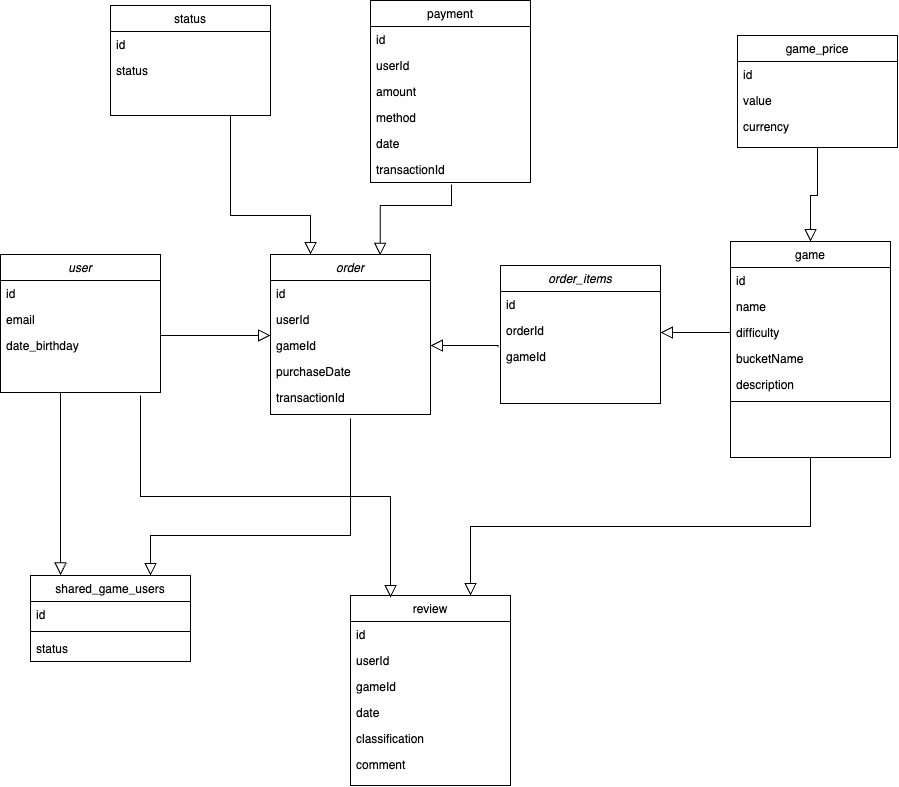
Above: main_db.drawio.png in tomasferreiradesa/desarquivados-platform-db-schema (draw.io), before the change. Source tidied: cells renumbered, new cells last; positions are measured from the earlier drawing's top-left corner, leaving out a move shared by most shapes.
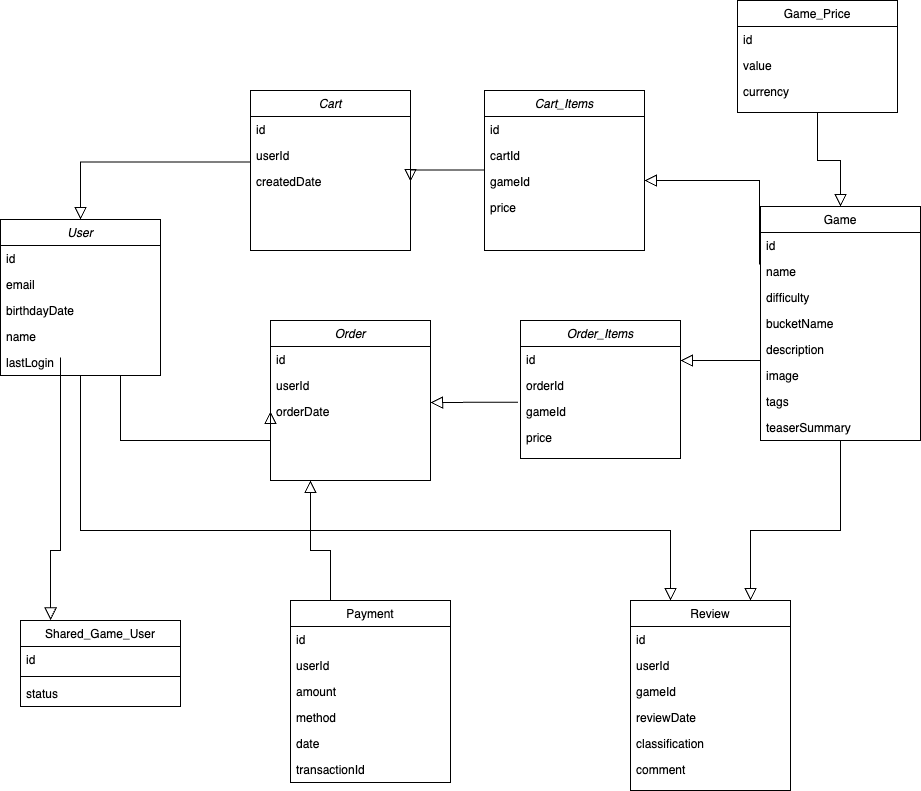
Above is the later version.

Diff of the diagram source:
```diff
@@ -4,4 +4,4 @@
     <mxCell id="1" parent="0" />
-    <mxCell id="2" value="order" style="swimlane;fontStyle=2;align=center;verticalAlign=top;horizontal=1;startSize=26;rounded=0;shadow=0;strokeWidth=1;" parent="1" vertex="1">
-      <mxGeometry x="270" y="254" width="160" height="160" as="geometry" />
+    <mxCell id="2" value="Order" style="swimlane;fontStyle=2;align=center;verticalAlign=top;horizontal=1;startSize=26;rounded=0;shadow=0;strokeWidth=1;" parent="1" vertex="1">
+      <mxGeometry x="270" y="355" width="160" height="160" as="geometry" />
     </mxCell>
@@ -13,13 +13,7 @@
     </mxCell>
-    <mxCell id="5" value="gameId" style="text;align=left;verticalAlign=top;spacingLeft=4;spacingRight=4;overflow=hidden;points=[[0,0.5],[1,0.5]];portConstraint=eastwest;rounded=0;shadow=0;html=0;" parent="2" vertex="1">
-      <mxGeometry y="78" width="160" height="26" as="geometry" />
-    </mxCell>
-    <mxCell id="6" value="purchaseDate" style="text;align=left;verticalAlign=top;spacingLeft=4;spacingRight=4;overflow=hidden;points=[[0,0.5],[1,0.5]];portConstraint=eastwest;rounded=0;shadow=0;html=0;" parent="2" vertex="1">
-      <mxGeometry y="104" width="160" height="26" as="geometry" />
+    <mxCell id="6" value="orderDate" style="text;align=left;verticalAlign=top;spacingLeft=4;spacingRight=4;overflow=hidden;points=[[0,0.5],[1,0.5]];portConstraint=eastwest;rounded=0;shadow=0;html=0;" parent="2" vertex="1">
+      <mxGeometry y="78" width="160" height="26" as="geometry" />
     </mxCell>
-    <mxCell id="7" value="transactionId" style="text;align=left;verticalAlign=top;spacingLeft=4;spacingRight=4;overflow=hidden;rounded=0;shadow=0;html=0;" parent="2" vertex="1">
-      <mxGeometry y="130" width="160" height="26" as="geometry" />
-    </mxCell>
-    <mxCell id="8" value="review" style="swimlane;fontStyle=0;align=center;verticalAlign=top;horizontal=1;startSize=26;rounded=0;shadow=0;strokeWidth=1;" parent="1" vertex="1">
-      <mxGeometry x="350" y="595" width="160" height="190" as="geometry" />
+    <mxCell id="8" value="Review" style="swimlane;fontStyle=0;align=center;verticalAlign=top;horizontal=1;startSize=26;rounded=0;shadow=0;strokeWidth=1;" parent="1" vertex="1">
+      <mxGeometry x="630" y="635" width="160" height="190" as="geometry" />
     </mxCell>
@@ -34,3 +28,3 @@
     </mxCell>
-    <mxCell id="12" value="date" style="text;align=left;verticalAlign=top;spacingLeft=4;spacingRight=4;overflow=hidden;" parent="8" vertex="1">
+    <mxCell id="12" value="reviewDate" style="text;align=left;verticalAlign=top;spacingLeft=4;spacingRight=4;overflow=hidden;" parent="8" vertex="1">
       <mxGeometry y="104" width="160" height="26" as="geometry" />
@@ -44,6 +38,10 @@
     <mxCell id="15" style="endArrow=block;endSize=10;endFill=0;shadow=0;strokeWidth=1;rounded=0;edgeStyle=elbowEdgeStyle;elbow=vertical;exitX=0.5;exitY=1;exitDx=0;exitDy=0;entryX=0.75;entryY=0;entryDx=0;entryDy=0;" parent="1" edge="1" source="16" target="8">
-      <mxGeometry relative="1" as="geometry" />
+      <mxGeometry relative="1" as="geometry">
+        <Array as="points">
+          <mxPoint x="730" y="565" />
+        </Array>
+      </mxGeometry>
     </mxCell>
-    <mxCell id="16" value="game" style="swimlane;fontStyle=0;align=center;verticalAlign=top;horizontal=1;startSize=26;rounded=0;shadow=0;strokeWidth=1;" parent="1" vertex="1">
-      <mxGeometry x="730" y="241" width="160" height="216" as="geometry" />
+    <mxCell id="16" value="Game" style="swimlane;fontStyle=0;align=center;verticalAlign=top;horizontal=1;startSize=26;rounded=0;shadow=0;strokeWidth=1;" parent="1" vertex="1">
+      <mxGeometry x="760" y="241" width="160" height="234" as="geometry" />
     </mxCell>
@@ -64,27 +62,12 @@
     </mxCell>
-    <mxCell id="22" style="line;html=1;strokeWidth=1;align=left;verticalAlign=middle;spacingTop=-1;spacingLeft=3;spacingRight=3;labelPosition=right;" parent="16" vertex="1">
-      <mxGeometry y="156" width="160" height="8" as="geometry" />
-    </mxCell>
-    <mxCell id="23" value="payment" style="swimlane;fontStyle=0;align=center;verticalAlign=top;horizontal=1;startSize=26;rounded=0;shadow=0;strokeWidth=1;" parent="1" vertex="1">
-      <mxGeometry x="370" width="160" height="182" as="geometry" />
-    </mxCell>
-    <mxCell id="24" value="id" style="text;align=left;verticalAlign=top;spacingLeft=4;spacingRight=4;overflow=hidden;rounded=0;shadow=0;html=0;" parent="23" vertex="1">
-      <mxGeometry y="26" width="160" height="26" as="geometry" />
-    </mxCell>
-    <mxCell id="25" value="userId" style="text;align=left;verticalAlign=top;spacingLeft=4;spacingRight=4;overflow=hidden;rounded=0;shadow=0;html=0;" parent="23" vertex="1">
-      <mxGeometry y="52" width="160" height="26" as="geometry" />
-    </mxCell>
-    <mxCell id="26" value="amount" style="text;align=left;verticalAlign=top;spacingLeft=4;spacingRight=4;overflow=hidden;rounded=0;shadow=0;html=0;" parent="23" vertex="1">
-      <mxGeometry y="78" width="160" height="26" as="geometry" />
-    </mxCell>
-    <mxCell id="27" value="method" style="text;align=left;verticalAlign=top;spacingLeft=4;spacingRight=4;overflow=hidden;rounded=0;shadow=0;html=0;" parent="23" vertex="1">
-      <mxGeometry y="104" width="160" height="26" as="geometry" />
-    </mxCell>
-    <mxCell id="28" value="date" style="text;align=left;verticalAlign=top;spacingLeft=4;spacingRight=4;overflow=hidden;rounded=0;shadow=0;html=0;" parent="23" vertex="1">
-      <mxGeometry y="130" width="160" height="26" as="geometry" />
-    </mxCell>
-    <mxCell id="29" value="transactionId" style="text;align=left;verticalAlign=top;spacingLeft=4;spacingRight=4;overflow=hidden;points=[[0,0.5],[1,0.5]];portConstraint=eastwest;rounded=0;shadow=0;html=0;" parent="23" vertex="1">
-      <mxGeometry y="156" width="160" height="26" as="geometry" />
-    </mxCell>
+    <mxCell id="58" value="image" style="text;align=left;verticalAlign=top;spacingLeft=4;spacingRight=4;overflow=hidden;rounded=0;shadow=0;html=0;" parent="16" vertex="1">
+      <mxGeometry y="156" width="160" height="26" as="geometry" />
+    </mxCell>
+    <mxCell id="59" value="tags" style="text;align=left;verticalAlign=top;spacingLeft=4;spacingRight=4;overflow=hidden;rounded=0;shadow=0;html=0;" parent="16" vertex="1">
+      <mxGeometry y="182" width="160" height="26" as="geometry" />
+    </mxCell>
+    <mxCell id="60" value="teaserSummary" style="text;align=left;verticalAlign=top;spacingLeft=4;spacingRight=4;overflow=hidden;rounded=0;shadow=0;html=0;" parent="16" vertex="1">
+      <mxGeometry y="208" width="160" height="26" as="geometry" />
+    </mxCell>
-    <mxCell id="30" value="game_price" style="swimlane;fontStyle=0;align=center;verticalAlign=top;horizontal=1;startSize=26;rounded=0;shadow=0;strokeWidth=1;" parent="1" vertex="1">
+    <mxCell id="30" value="Game_Price" style="swimlane;fontStyle=0;align=center;verticalAlign=top;horizontal=1;startSize=26;rounded=0;shadow=0;strokeWidth=1;" parent="1" vertex="1">
       <mxGeometry x="737" y="35" width="160" height="112" as="geometry" />
@@ -100,4 +83,4 @@
     </mxCell>
-    <mxCell id="34" value="shared_game_users" style="swimlane;fontStyle=0;align=center;verticalAlign=top;horizontal=1;startSize=26;rounded=0;shadow=0;strokeWidth=1;" parent="1" vertex="1">
-      <mxGeometry x="30" y="575" width="160" height="86" as="geometry" />
+    <mxCell id="34" value="Shared_Game_User" style="swimlane;fontStyle=0;align=center;verticalAlign=top;horizontal=1;startSize=26;rounded=0;shadow=0;strokeWidth=1;" parent="1" vertex="1">
+      <mxGeometry x="20" y="655" width="160" height="86" as="geometry" />
     </mxCell>
@@ -112,10 +95,2 @@
     </mxCell>
-    <mxCell id="38" style="endArrow=block;endSize=10;endFill=0;shadow=0;strokeWidth=1;rounded=0;edgeStyle=elbowEdgeStyle;elbow=vertical;entryX=0.75;entryY=0;entryDx=0;entryDy=0;exitX=0.75;exitY=0;exitDx=0;exitDy=0;" parent="1" edge="1" target="34">
-      <mxGeometry relative="1" as="geometry">
-        <mxPoint x="350" y="418" as="sourcePoint" />
-        <Array as="points">
-          <mxPoint x="270" y="535" />
-        </Array>
-      </mxGeometry>
-    </mxCell>
     <mxCell id="39" style="endArrow=block;endSize=10;endFill=0;shadow=0;strokeWidth=1;rounded=0;edgeStyle=elbowEdgeStyle;elbow=vertical;entryX=0.5;entryY=0;entryDx=0;entryDy=0;exitX=0.5;exitY=1;exitDx=0;exitDy=0;" parent="1" edge="1" source="30" target="16">
@@ -127,6 +102,6 @@
     </mxCell>
-    <mxCell id="40" style="endArrow=block;endSize=10;endFill=0;shadow=0;strokeWidth=1;rounded=0;edgeStyle=elbowEdgeStyle;elbow=vertical;entryX=0.686;entryY=0.005;entryDx=0;entryDy=0;entryPerimeter=0;exitX=0.506;exitY=1.077;exitDx=0;exitDy=0;exitPerimeter=0;" parent="1" edge="1" source="29" target="2">
+    <mxCell id="40" style="endArrow=block;endSize=10;endFill=0;shadow=0;strokeWidth=1;rounded=0;edgeStyle=elbowEdgeStyle;elbow=vertical;entryX=0.25;entryY=1;entryDx=0;entryDy=0;exitX=0.25;exitY=0;exitDx=0;exitDy=0;" parent="1" edge="1" source="23" target="2">
       <mxGeometry relative="1" as="geometry">
         <Array as="points">
-          <mxPoint x="380" y="205" />
+          <mxPoint x="340" y="585" />
         </Array>
@@ -134,4 +109,4 @@
     </mxCell>
-    <mxCell id="41" value="user" style="swimlane;fontStyle=2;align=center;verticalAlign=top;horizontal=1;startSize=26;rounded=0;shadow=0;strokeWidth=1;" parent="1" vertex="1">
-      <mxGeometry y="254" width="160" height="138" as="geometry" />
+    <mxCell id="41" value="User" style="swimlane;fontStyle=2;align=center;verticalAlign=top;horizontal=1;startSize=26;rounded=0;shadow=0;strokeWidth=1;" parent="1" vertex="1">
+      <mxGeometry y="254" width="160" height="156" as="geometry" />
     </mxCell>
@@ -143,7 +118,13 @@
     </mxCell>
-    <mxCell id="44" value="date_birthday" style="text;align=left;verticalAlign=top;spacingLeft=4;spacingRight=4;overflow=hidden;rounded=0;shadow=0;html=0;" parent="41" vertex="1">
+    <mxCell id="44" value="birthdayDate" style="text;align=left;verticalAlign=top;spacingLeft=4;spacingRight=4;overflow=hidden;rounded=0;shadow=0;html=0;" parent="41" vertex="1">
       <mxGeometry y="78" width="160" height="26" as="geometry" />
     </mxCell>
+    <mxCell id="61" value="name" style="text;align=left;verticalAlign=top;spacingLeft=4;spacingRight=4;overflow=hidden;rounded=0;shadow=0;html=0;" parent="41" vertex="1">
+      <mxGeometry y="104" width="160" height="26" as="geometry" />
+    </mxCell>
+    <mxCell id="62" value="lastLogin" style="text;align=left;verticalAlign=top;spacingLeft=4;spacingRight=4;overflow=hidden;rounded=0;shadow=0;html=0;" parent="41" vertex="1">
+      <mxGeometry y="130" width="160" height="26" as="geometry" />
+    </mxCell>
-    <mxCell id="45" value="order_items" style="swimlane;fontStyle=2;align=center;verticalAlign=top;horizontal=1;startSize=26;rounded=0;shadow=0;strokeWidth=1;" parent="1" vertex="1">
-      <mxGeometry x="500" y="265" width="160" height="138" as="geometry" />
+    <mxCell id="45" value="Order_Items" style="swimlane;fontStyle=2;align=center;verticalAlign=top;horizontal=1;startSize=26;rounded=0;shadow=0;strokeWidth=1;" parent="1" vertex="1">
+      <mxGeometry x="520" y="355" width="160" height="138" as="geometry" />
     </mxCell>
@@ -158,2 +139,5 @@
     </mxCell>
+    <mxCell id="63" value="price" style="text;align=left;verticalAlign=top;spacingLeft=4;spacingRight=4;overflow=hidden;rounded=0;shadow=0;html=0;" parent="45" vertex="1">
+      <mxGeometry y="104" width="160" height="26" as="geometry" />
+    </mxCell>
     <mxCell id="49" style="endArrow=block;endSize=10;endFill=0;shadow=0;strokeWidth=1;rounded=0;edgeStyle=elbowEdgeStyle;elbow=vertical;entryX=0.188;entryY=-0.006;entryDx=0;entryDy=0;exitX=0.188;exitY=-0.006;exitDx=0;exitDy=0;exitPerimeter=0;entryPerimeter=0;" parent="1" edge="1" target="34">
@@ -161,32 +145,18 @@
         <mxPoint x="60" y="392" as="sourcePoint" />
+        <Array as="points">
+          <mxPoint x="120" y="585" />
+        </Array>
       </mxGeometry>
     </mxCell>
-    <mxCell id="50" style="endArrow=block;endSize=10;endFill=0;shadow=0;strokeWidth=1;rounded=0;edgeStyle=elbowEdgeStyle;elbow=vertical;entryX=0.75;entryY=0;entryDx=0;entryDy=0;" parent="1" edge="1">
+    <mxCell id="50" style="endArrow=block;endSize=10;endFill=0;shadow=0;strokeWidth=1;rounded=0;edgeStyle=elbowEdgeStyle;elbow=vertical;entryX=0.25;entryY=0;entryDx=0;entryDy=0;exitX=0.5;exitY=1;exitDx=0;exitDy=0;" parent="1" edge="1" source="41" target="8">
       <mxGeometry relative="1" as="geometry">
-        <mxPoint x="140" y="395" as="sourcePoint" />
-        <mxPoint x="390" y="597" as="targetPoint" />
+        <Array as="points">
+          <mxPoint x="340" y="565" />
+        </Array>
       </mxGeometry>
     </mxCell>
-    <mxCell id="51" value="status" style="swimlane;fontStyle=0;align=center;verticalAlign=top;horizontal=1;startSize=26;rounded=0;shadow=0;strokeWidth=1;" parent="1" vertex="1">
-      <mxGeometry x="110" y="5" width="160" height="110" as="geometry" />
-    </mxCell>
-    <mxCell id="52" value="id" style="text;align=left;verticalAlign=top;spacingLeft=4;spacingRight=4;overflow=hidden;rounded=0;shadow=0;html=0;" parent="51" vertex="1">
-      <mxGeometry y="26" width="160" height="26" as="geometry" />
-    </mxCell>
-    <mxCell id="53" value="status" style="text;align=left;verticalAlign=top;spacingLeft=4;spacingRight=4;overflow=hidden;rounded=0;shadow=0;html=0;" parent="51" vertex="1">
-      <mxGeometry y="52" width="160" height="26" as="geometry" />
-    </mxCell>
-    <mxCell id="54" style="endArrow=block;endSize=10;endFill=0;shadow=0;strokeWidth=1;rounded=0;edgeStyle=elbowEdgeStyle;elbow=vertical;entryX=0.25;entryY=0;entryDx=0;entryDy=0;exitX=0.75;exitY=1;exitDx=0;exitDy=0;" parent="1" edge="1" source="51" target="2">
-      <mxGeometry relative="1" as="geometry">
-        <Array as="points">
-          <mxPoint x="390" y="215" />
-        </Array>
-      </mxGeometry>
-    </mxCell>
-    <mxCell id="55" style="endArrow=block;endSize=10;endFill=0;shadow=0;strokeWidth=1;rounded=0;edgeStyle=elbowEdgeStyle;elbow=vertical;" parent="1" edge="1">
+    <mxCell id="55" style="endArrow=block;endSize=10;endFill=0;shadow=0;strokeWidth=1;rounded=0;edgeStyle=elbowEdgeStyle;elbow=vertical;exitX=0.75;exitY=1;exitDx=0;exitDy=0;entryX=0;entryY=0.5;entryDx=0;entryDy=0;" parent="1" edge="1" source="41" target="6">
       <mxGeometry relative="1" as="geometry">
-        <mxPoint x="160" y="335" as="sourcePoint" />
-        <mxPoint x="270" y="335" as="targetPoint" />
         <Array as="points">
-          <mxPoint x="210" y="335" />
+          <mxPoint x="200" y="475" />
           <mxPoint x="210" y="371" />
@@ -195,6 +165,7 @@
     </mxCell>
-    <mxCell id="56" style="endArrow=block;endSize=10;endFill=0;shadow=0;strokeWidth=1;rounded=0;edgeStyle=elbowEdgeStyle;elbow=vertical;entryX=1;entryY=0.5;entryDx=0;entryDy=0;exitX=-0.015;exitY=0.141;exitDx=0;exitDy=0;exitPerimeter=0;" parent="1" edge="1" source="48" target="5">
+    <mxCell id="56" style="endArrow=block;endSize=10;endFill=0;shadow=0;strokeWidth=1;rounded=0;edgeStyle=elbowEdgeStyle;elbow=vertical;exitX=-0.015;exitY=0.141;exitDx=0;exitDy=0;exitPerimeter=0;" parent="1" edge="1" source="48">
       <mxGeometry relative="1" as="geometry">
+        <mxPoint x="430" y="437" as="targetPoint" />
         <Array as="points">
-          <mxPoint x="460" y="345" />
+          <mxPoint x="480" y="437" />
           <mxPoint x="500" y="471" />
@@ -203,6 +174,7 @@
     </mxCell>
-    <mxCell id="57" style="endArrow=block;endSize=10;endFill=0;shadow=0;strokeWidth=1;rounded=0;edgeStyle=elbowEdgeStyle;elbow=vertical;exitX=0;exitY=0.5;exitDx=0;exitDy=0;" parent="1" edge="1" source="19" target="47">
+    <mxCell id="57" style="endArrow=block;endSize=10;endFill=0;shadow=0;strokeWidth=1;rounded=0;edgeStyle=elbowEdgeStyle;elbow=vertical;exitX=0;exitY=0.75;exitDx=0;exitDy=0;" parent="1" edge="1" source="16">
       <mxGeometry relative="1" as="geometry">
+        <mxPoint x="680" y="395" as="targetPoint" />
         <Array as="points">
-          <mxPoint x="700" y="332" />
+          <mxPoint x="720" y="395" />
         </Array>
@@ -210,2 +182,73 @@
     </mxCell>
+    <mxCell id="23" value="Payment" style="swimlane;fontStyle=0;align=center;verticalAlign=top;horizontal=1;startSize=26;rounded=0;shadow=0;strokeWidth=1;" parent="1" vertex="1">
+      <mxGeometry x="290" y="635" width="160" height="182" as="geometry" />
+    </mxCell>
+    <mxCell id="24" value="id" style="text;align=left;verticalAlign=top;spacingLeft=4;spacingRight=4;overflow=hidden;rounded=0;shadow=0;html=0;" parent="23" vertex="1">
+      <mxGeometry y="26" width="160" height="26" as="geometry" />
+    </mxCell>
+    <mxCell id="25" value="userId" style="text;align=left;verticalAlign=top;spacingLeft=4;spacingRight=4;overflow=hidden;rounded=0;shadow=0;html=0;" parent="23" vertex="1">
+      <mxGeometry y="52" width="160" height="26" as="geometry" />
+    </mxCell>
+    <mxCell id="26" value="amount" style="text;align=left;verticalAlign=top;spacingLeft=4;spacingRight=4;overflow=hidden;rounded=0;shadow=0;html=0;" parent="23" vertex="1">
+      <mxGeometry y="78" width="160" height="26" as="geometry" />
+    </mxCell>
+    <mxCell id="27" value="method" style="text;align=left;verticalAlign=top;spacingLeft=4;spacingRight=4;overflow=hidden;rounded=0;shadow=0;html=0;" parent="23" vertex="1">
+      <mxGeometry y="104" width="160" height="26" as="geometry" />
+    </mxCell>
+    <mxCell id="28" value="date" style="text;align=left;verticalAlign=top;spacingLeft=4;spacingRight=4;overflow=hidden;rounded=0;shadow=0;html=0;" parent="23" vertex="1">
+      <mxGeometry y="130" width="160" height="26" as="geometry" />
+    </mxCell>
+    <mxCell id="29" value="transactionId" style="text;align=left;verticalAlign=top;spacingLeft=4;spacingRight=4;overflow=hidden;points=[[0,0.5],[1,0.5]];portConstraint=eastwest;rounded=0;shadow=0;html=0;" parent="23" vertex="1">
+      <mxGeometry y="156" width="160" height="26" as="geometry" />
+    </mxCell>
+    <mxCell id="64" value="Cart" style="swimlane;fontStyle=2;align=center;verticalAlign=top;horizontal=1;startSize=26;rounded=0;shadow=0;strokeWidth=1;" parent="1" vertex="1">
+      <mxGeometry x="250" y="125" width="160" height="160" as="geometry" />
+    </mxCell>
+    <mxCell id="65" value="id" style="text;align=left;verticalAlign=top;spacingLeft=4;spacingRight=4;overflow=hidden;" parent="64" vertex="1">
+      <mxGeometry y="26" width="160" height="26" as="geometry" />
+    </mxCell>
+    <mxCell id="66" value="userId" style="text;align=left;verticalAlign=top;spacingLeft=4;spacingRight=4;overflow=hidden;points=[[0,0.5],[1,0.5]];portConstraint=eastwest;rounded=0;shadow=0;html=0;" parent="64" vertex="1">
+      <mxGeometry y="52" width="160" height="26" as="geometry" />
+    </mxCell>
+    <mxCell id="67" value="createdDate" style="text;align=left;verticalAlign=top;spacingLeft=4;spacingRight=4;overflow=hidden;points=[[0,0.5],[1,0.5]];portConstraint=eastwest;rounded=0;shadow=0;html=0;" parent="64" vertex="1">
+      <mxGeometry y="78" width="160" height="26" as="geometry" />
+    </mxCell>
+    <mxCell id="68" value="Cart_Items" style="swimlane;fontStyle=2;align=center;verticalAlign=top;horizontal=1;startSize=26;rounded=0;shadow=0;strokeWidth=1;" parent="1" vertex="1">
+      <mxGeometry x="484" y="125" width="160" height="160" as="geometry" />
+    </mxCell>
+    <mxCell id="69" value="id" style="text;align=left;verticalAlign=top;spacingLeft=4;spacingRight=4;overflow=hidden;" parent="68" vertex="1">
+      <mxGeometry y="26" width="160" height="26" as="geometry" />
+    </mxCell>
+    <mxCell id="70" value="cartId" style="text;align=left;verticalAlign=top;spacingLeft=4;spacingRight=4;overflow=hidden;rounded=0;shadow=0;html=0;" parent="68" vertex="1">
+      <mxGeometry y="52" width="160" height="26" as="geometry" />
+    </mxCell>
+    <mxCell id="5" value="gameId" style="text;align=left;verticalAlign=top;spacingLeft=4;spacingRight=4;overflow=hidden;points=[[0,0.5],[1,0.5]];portConstraint=eastwest;rounded=0;shadow=0;html=0;" parent="68" vertex="1">
+      <mxGeometry y="78" width="160" height="26" as="geometry" />
+    </mxCell>
+    <mxCell id="71" value="price" style="text;align=left;verticalAlign=top;spacingLeft=4;spacingRight=4;overflow=hidden;rounded=0;shadow=0;html=0;" parent="68" vertex="1">
+      <mxGeometry y="104" width="160" height="26" as="geometry" />
+    </mxCell>
+    <mxCell id="72" style="endArrow=block;endSize=10;endFill=0;shadow=0;strokeWidth=1;rounded=0;edgeStyle=elbowEdgeStyle;elbow=vertical;entryX=1;entryY=0.5;entryDx=0;entryDy=0;exitX=0;exitY=0;exitDx=0;exitDy=0;exitPerimeter=0;" parent="1" edge="1" source="5" target="67">
+      <mxGeometry relative="1" as="geometry">
+        <Array as="points">
+          <mxPoint x="490" y="204.5" />
+          <mxPoint x="510" y="238.5" />
+        </Array>
+      </mxGeometry>
+    </mxCell>
+    <mxCell id="73" style="endArrow=block;endSize=10;endFill=0;shadow=0;strokeWidth=1;rounded=0;edgeStyle=elbowEdgeStyle;elbow=vertical;entryX=0.5;entryY=0;entryDx=0;entryDy=0;exitX=0;exitY=0.5;exitDx=0;exitDy=0;" parent="1" edge="1" source="66" target="41">
+      <mxGeometry relative="1" as="geometry">
+        <Array as="points">
+          <mxPoint x="186" y="196.5" />
+          <mxPoint x="206" y="230.5" />
+        </Array>
+      </mxGeometry>
+    </mxCell>
+    <mxCell id="74" style="endArrow=block;endSize=10;endFill=0;shadow=0;strokeWidth=1;rounded=0;edgeStyle=elbowEdgeStyle;elbow=vertical;exitX=-0.006;exitY=0.231;exitDx=0;exitDy=0;exitPerimeter=0;entryX=1;entryY=0.5;entryDx=0;entryDy=0;" parent="1" edge="1" source="18" target="5">
+      <mxGeometry relative="1" as="geometry">
+        <Array as="points">
+          <mxPoint x="710" y="215" />
+        </Array>
+      </mxGeometry>
+    </mxCell>
   </root>
```
